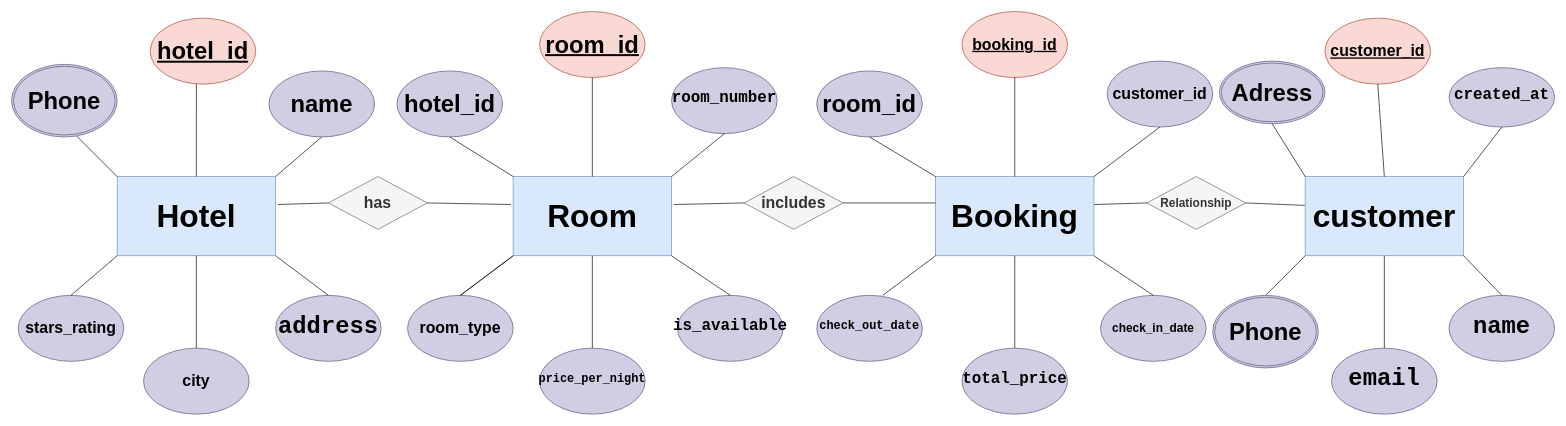
Before: Entity Relationship Diagram/DRAW.IO/Task Data Base.drawio in hananwaleed/Hotel_Booking_System_DB, a draw.io diagram. Source tidied: cells renumbered, new cells numbered last; positions are measured from the earlier drawing's top-left corner, leaving out a move shared by most shapes. Both pictures are drawn from the tidied source at 66%, with x=0, y=0 at pixel (11, 11).
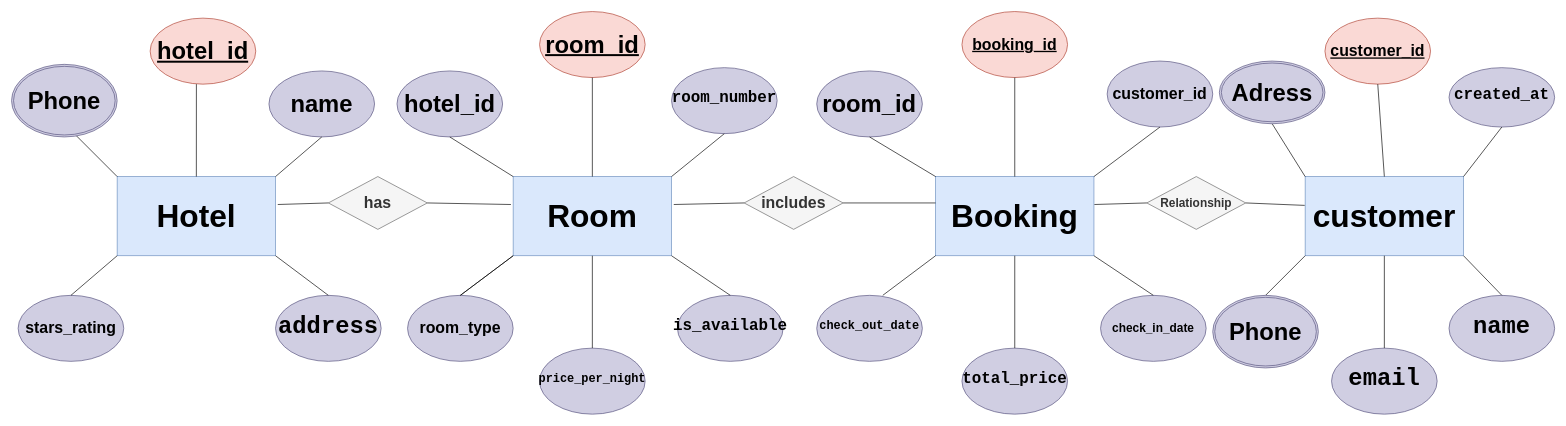
The same diagram, later.

Unchanged cells that the change refers to:
```xml
<mxCell id="2" value="&lt;font style=&quot;font-size: 48px;&quot;&gt;&lt;b&gt;Hotel&lt;/b&gt;&lt;/font&gt;" style="whiteSpace=wrap;html=1;align=center;fillColor=#dae8fc;strokeColor=#6c8ebf;" parent="1" vertex="1">
  <mxGeometry x="160" y="250" width="240" height="120" as="geometry" />
</mxCell>
```

What changed in the source:
```diff
@@
-    <mxCell id="10" value="&lt;font style=&quot;font-size: 24px;&quot;&gt;&lt;b style=&quot;&quot;&gt;city&lt;/b&gt;&lt;/font&gt;" style="ellipse;whiteSpace=wrap;html=1;align=center;strokeColor=#56517e;verticalAlign=middle;fontFamily=Helvetica;fontSize=12;fillColor=#d0cee2;" parent="1" vertex="1">
-      <mxGeometry x="200" y="510" width="160" height="100" as="geometry" />
-    </mxCell>
@@
-    <mxCell id="42" style="endArrow=none;html=1;rounded=0;fontFamily=Helvetica;fontSize=12;fontColor=default;exitX=0.5;exitY=1;exitDx=0;exitDy=0;entryX=0.5;entryY=0;entryDx=0;entryDy=0;" parent="1" edge="1" source="2" target="10">
-      <mxGeometry relative="1" as="geometry" />
-    </mxCell>
```
